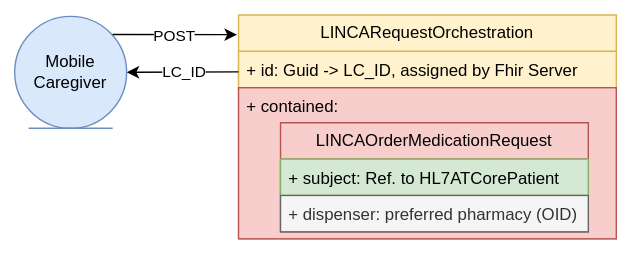
HL7Austria/hl7austria.github.io keeps this draw.io diagram as r5-LinkedCare-dev/UserStory_002_diagram.svg. Above is the earlier version. Source tidied: cells renumbered, new cells last; positions are measured from the earlier drawing's top-left corner, leaving out a move shared by most shapes. Source of this version:
```xml
<mxGraphModel>
  <root>
    <mxCell id="0" />
    <mxCell id="1" parent="0" />
    <mxCell id="2" value="LINCARequestOrchestration" style="swimlane;fontStyle=0;horizontal=1;startSize=26;fillColor=#fff2cc;whiteSpace=wrap;html=1;strokeColor=#d6b656;" parent="1" vertex="1">
      <mxGeometry x="160" width="270" height="160" as="geometry" />
    </mxCell>
    <mxCell id="3" value="+ id: Guid -&amp;gt; LC_ID, assigned by Fhir Server" style="text;strokeColor=#d6b656;fillColor=#fff2cc;align=left;verticalAlign=top;spacingLeft=4;spacingRight=4;overflow=hidden;whiteSpace=wrap;html=1;" parent="2" vertex="1">
      <mxGeometry y="26" width="270" height="26" as="geometry" />
    </mxCell>
    <mxCell id="4" value="+ contained:&amp;nbsp;&lt;br&gt;&lt;blockquote style=&quot;margin: 0 0 0 40px; border: none; padding: 0px;&quot;&gt;&lt;/blockquote&gt;&lt;blockquote style=&quot;margin: 0 0 0 40px; border: none; padding: 0px;&quot;&gt;&lt;/blockquote&gt;" style="text;strokeColor=#b85450;fillColor=#f8cecc;align=left;verticalAlign=top;spacingLeft=4;spacingRight=4;overflow=hidden;whiteSpace=wrap;html=1;" parent="2" vertex="1">
      <mxGeometry y="52" width="270" height="108" as="geometry" />
    </mxCell>
    <mxCell id="5" value="Mobile Caregiver" style="ellipse;shape=umlEntity;whiteSpace=wrap;html=1;fillColor=#dae8fc;strokeColor=#6c8ebf;" parent="1" vertex="1">
      <mxGeometry y="1" width="80" height="80" as="geometry" />
    </mxCell>
    <mxCell id="6" style="endArrow=classic;html=1;rounded=0;entryX=-0.004;entryY=0.088;entryDx=0;entryDy=0;entryPerimeter=0;" parent="1" edge="1" target="2">
      <mxGeometry relative="1" as="geometry">
        <mxPoint x="70" y="14" as="sourcePoint" />
      </mxGeometry>
    </mxCell>
    <mxCell id="7" value="POST" style="edgeLabel;html=1;align=center;verticalAlign=middle;" parent="6" vertex="1">
      <mxGeometry relative="1" as="geometry" />
    </mxCell>
    <mxCell id="8" value="LINCAOrderMedicationRequest" style="swimlane;fontStyle=0;horizontal=1;startSize=26;fillColor=#f8cecc;whiteSpace=wrap;html=1;strokeColor=#b85450;" parent="1" vertex="1">
      <mxGeometry x="190" y="77" width="220" height="78" as="geometry" />
    </mxCell>
    <mxCell id="9" value="+ subject: Ref. to HL7ATCorePatient" style="text;strokeColor=#82b366;fillColor=#d5e8d4;align=left;verticalAlign=top;spacingLeft=4;spacingRight=4;overflow=hidden;whiteSpace=wrap;html=1;" parent="8" vertex="1">
      <mxGeometry y="26" width="220" height="26" as="geometry" />
    </mxCell>
    <mxCell id="10" value="+ dispenser: preferred pharmacy (OID)" style="text;align=left;verticalAlign=top;spacingLeft=4;spacingRight=4;overflow=hidden;whiteSpace=wrap;html=1;fillColor=#f5f5f5;fontColor=#333333;strokeColor=#666666;" parent="8" vertex="1">
      <mxGeometry y="52" width="220" height="26" as="geometry" />
    </mxCell>
    <mxCell id="11" style="endArrow=classic;html=1;rounded=0;entryX=1;entryY=0.5;entryDx=0;entryDy=0;" parent="1" edge="1" target="5">
      <mxGeometry relative="1" as="geometry">
        <mxPoint x="160" y="40.7" as="sourcePoint" />
      </mxGeometry>
    </mxCell>
    <mxCell id="12" value="LC_ID" style="edgeLabel;html=1;align=center;verticalAlign=middle;" parent="11" vertex="1">
      <mxGeometry relative="1" as="geometry" />
    </mxCell>
  </root>
</mxGraphModel>
```
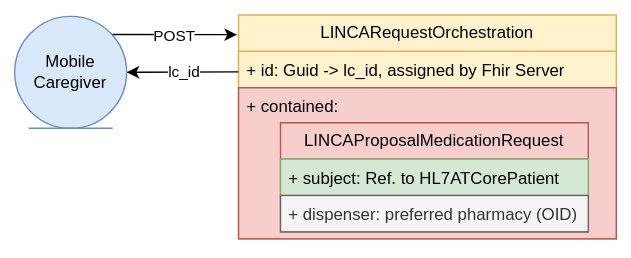
Later version of the same file.

Change to the diagram source:
```diff
@@ -5,7 +5,7 @@
     <mxCell id="2" value="LINCARequestOrchestration" style="swimlane;fontStyle=0;horizontal=1;startSize=26;fillColor=#fff2cc;whiteSpace=wrap;html=1;strokeColor=#d6b656;" parent="1" vertex="1">
       <mxGeometry x="160" width="270" height="160" as="geometry" />
     </mxCell>
-    <mxCell id="3" value="+ id: Guid -&amp;gt; LC_ID, assigned by Fhir Server" style="text;strokeColor=#d6b656;fillColor=#fff2cc;align=left;verticalAlign=top;spacingLeft=4;spacingRight=4;overflow=hidden;whiteSpace=wrap;html=1;" parent="2" vertex="1">
+    <mxCell id="3" value="+ id: Guid -&amp;gt; lc_id, assigned by Fhir Server" style="text;strokeColor=#d6b656;fillColor=#fff2cc;align=left;verticalAlign=top;spacingLeft=4;spacingRight=4;overflow=hidden;whiteSpace=wrap;html=1;" parent="2" vertex="1">
       <mxGeometry y="26" width="270" height="26" as="geometry" />
     </mxCell>
     <mxCell id="4" value="+ contained:&amp;nbsp;&lt;br&gt;&lt;blockquote style=&quot;margin: 0 0 0 40px; border: none; padding: 0px;&quot;&gt;&lt;/blockquote&gt;&lt;blockquote style=&quot;margin: 0 0 0 40px; border: none; padding: 0px;&quot;&gt;&lt;/blockquote&gt;" style="text;strokeColor=#b85450;fillColor=#f8cecc;align=left;verticalAlign=top;spacingLeft=4;spacingRight=4;overflow=hidden;whiteSpace=wrap;html=1;" parent="2" vertex="1">
@@ -22,7 +22,7 @@
     <mxCell id="7" value="POST" style="edgeLabel;html=1;align=center;verticalAlign=middle;" parent="6" vertex="1">
       <mxGeometry relative="1" as="geometry" />
     </mxCell>
-    <mxCell id="8" value="LINCAOrderMedicationRequest" style="swimlane;fontStyle=0;horizontal=1;startSize=26;fillColor=#f8cecc;whiteSpace=wrap;html=1;strokeColor=#b85450;" parent="1" vertex="1">
+    <mxCell id="8" value="LINCAProposalMedicationRequest" style="swimlane;fontStyle=0;horizontal=1;startSize=26;fillColor=#f8cecc;whiteSpace=wrap;html=1;strokeColor=#b85450;" parent="1" vertex="1">
       <mxGeometry x="190" y="77" width="220" height="78" as="geometry" />
     </mxCell>
     <mxCell id="9" value="+ subject: Ref. to HL7ATCorePatient" style="text;strokeColor=#82b366;fillColor=#d5e8d4;align=left;verticalAlign=top;spacingLeft=4;spacingRight=4;overflow=hidden;whiteSpace=wrap;html=1;" parent="8" vertex="1">
@@ -36,7 +36,7 @@
         <mxPoint x="160" y="40.7" as="sourcePoint" />
       </mxGeometry>
     </mxCell>
-    <mxCell id="12" value="LC_ID" style="edgeLabel;html=1;align=center;verticalAlign=middle;" parent="11" vertex="1">
+    <mxCell id="12" value="lc_id" style="edgeLabel;html=1;align=center;verticalAlign=middle;" parent="11" vertex="1">
       <mxGeometry relative="1" as="geometry" />
     </mxCell>
   </root>
```
